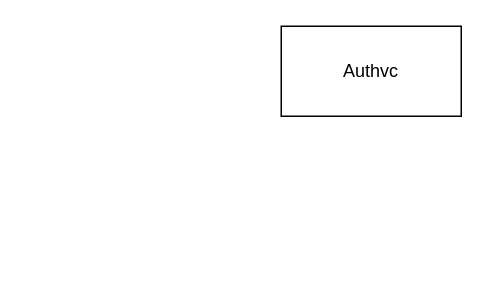
Before: Untitled Diagram.drawio in Nodirflex/schema, a draw.io diagram. Source tidied: cells renumbered, new cells numbered last; positions are measured from the earlier drawing's top-left corner, leaving out a move shared by most shapes. Both pictures are drawn from the tidied source at 150%, with x=0, y=0 at pixel (280, 26).
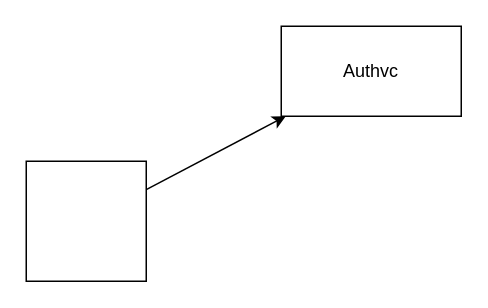
The same diagram, later.

Change to the diagram source:
```diff
@@
 <mxGraphModel>
   <root>
     <mxCell id="0" />
     <mxCell id="1" parent="0" />
     <mxCell id="2" value="Authvc" style="rounded=0;whiteSpace=wrap;html=1;" parent="1" vertex="1">
       <mxGeometry width="120" height="60" as="geometry" />
     </mxCell>
+    <mxCell id="3" style="whiteSpace=wrap;html=1;" parent="1" vertex="1">
+      <mxGeometry x="-170" y="90" width="80" height="80" as="geometry" />
+    </mxCell>
+    <mxCell id="4" style="endArrow=classic;html=1;rounded=0;" parent="1" edge="1" source="3" target="2">
+      <mxGeometry relative="1" as="geometry" />
+    </mxCell>
   </root>
 </mxGraphModel>
```
